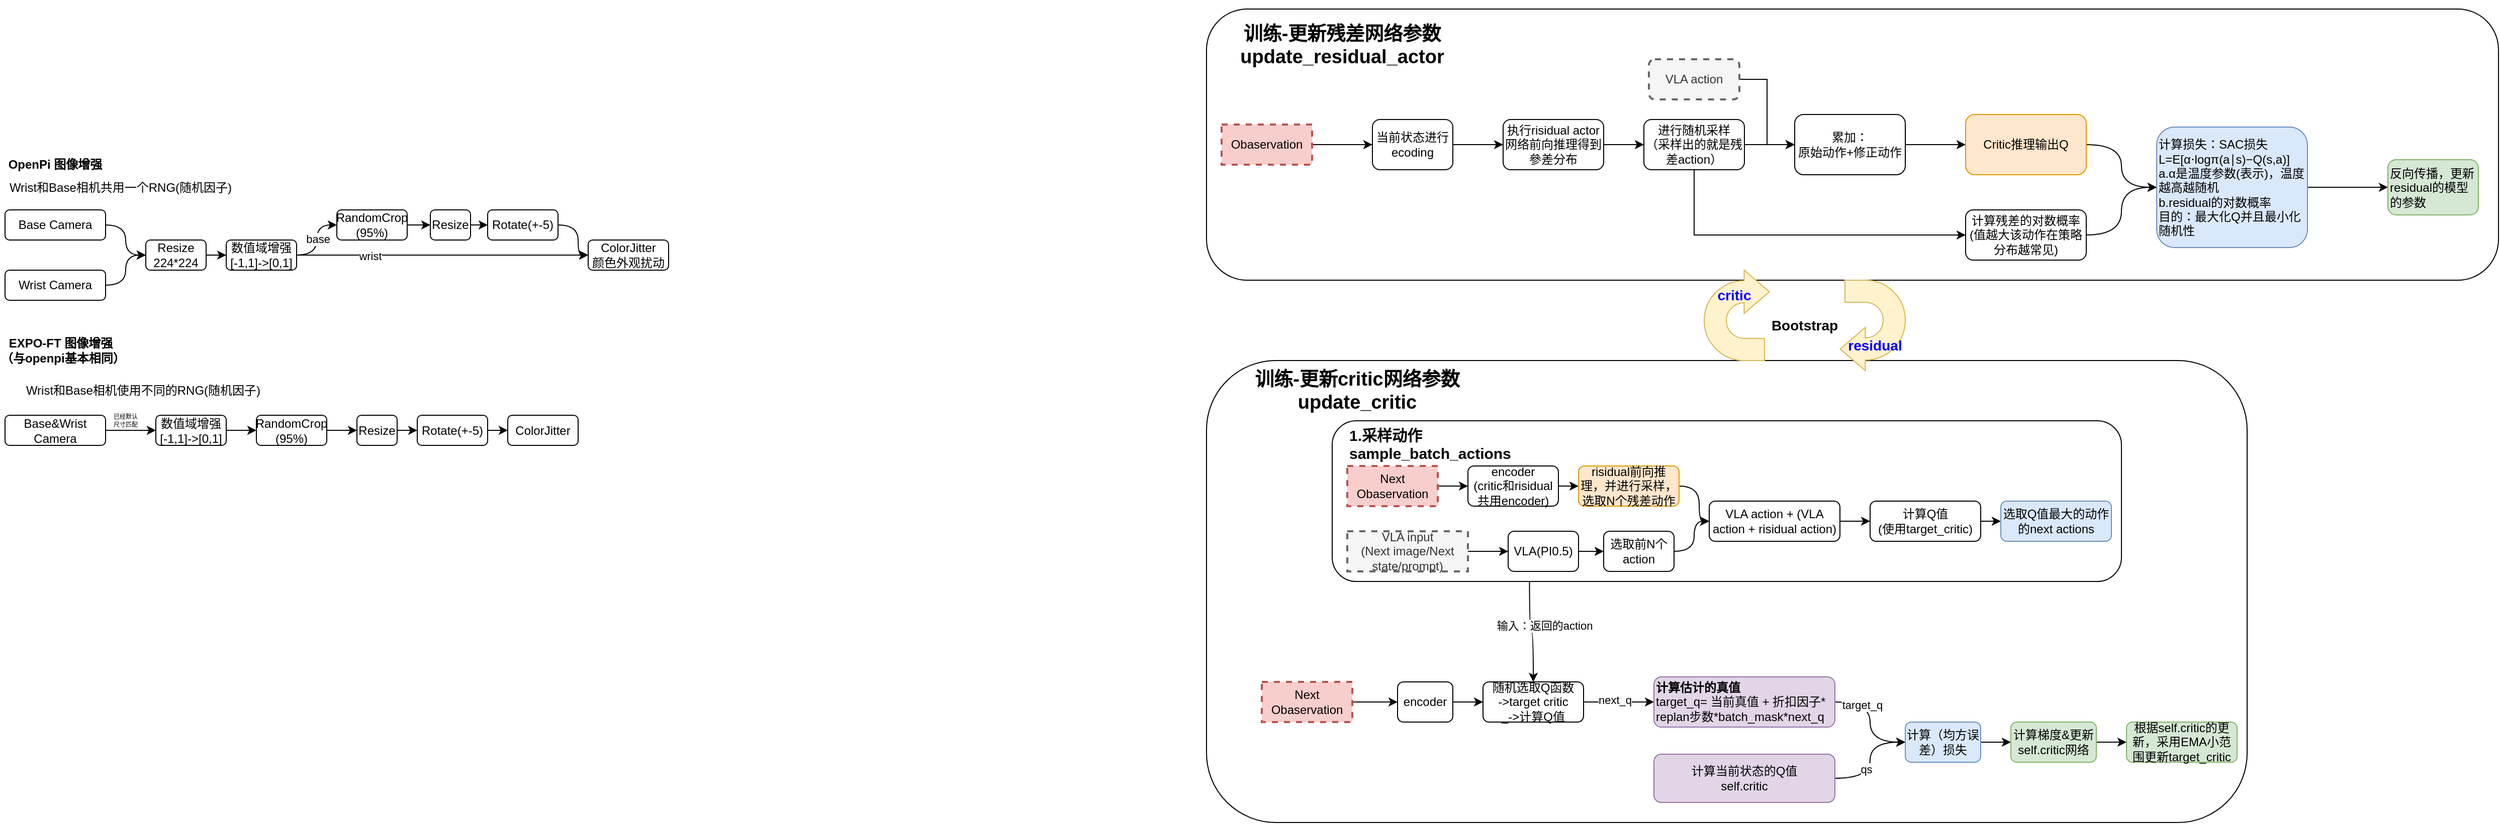
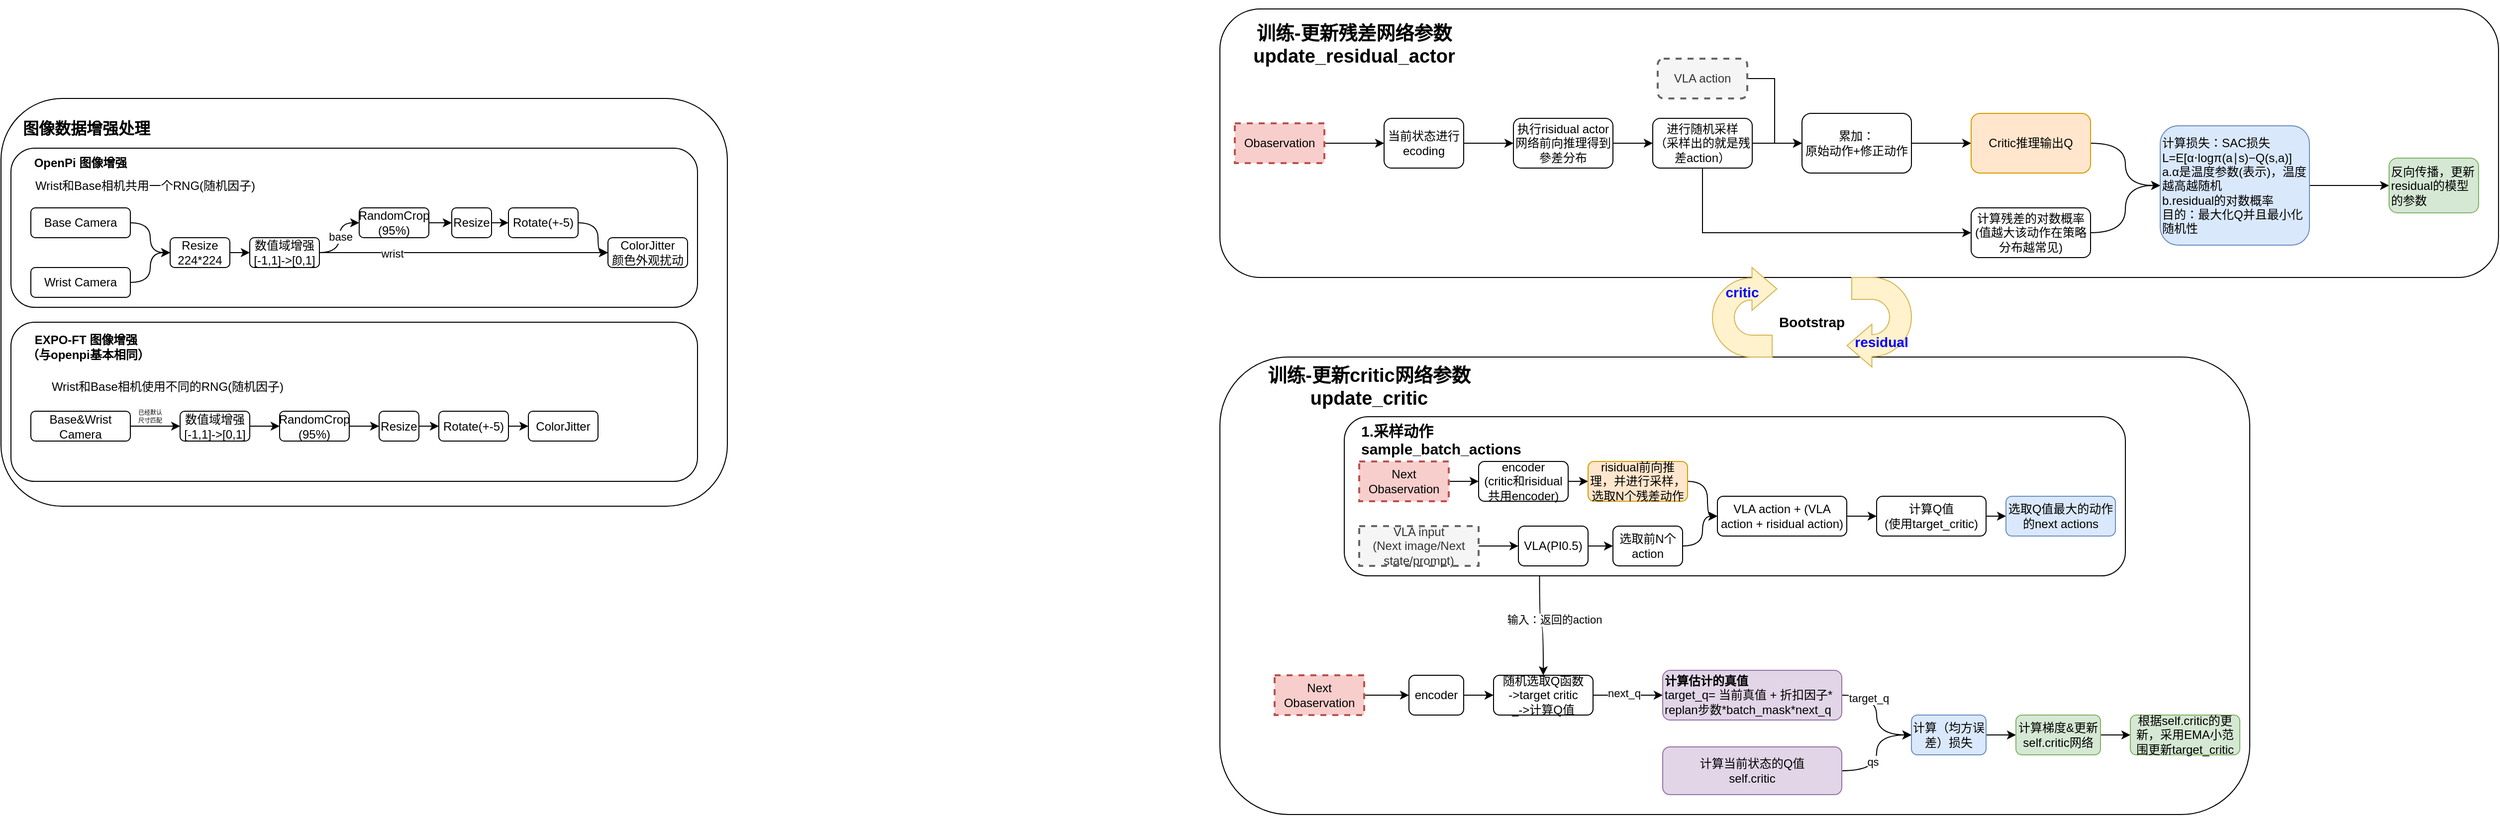
<mxfile host="app.diagrams.net">
  <diagram name="第 1 页" id="Xl2nalXjscSPXPMrPieM">
-     <mxGraphModel dx="1893" dy="680" grid="1" gridSize="10" guides="1" tooltips="1" connect="1" arrows="1" fold="1" page="1" pageScale="1" pageWidth="827" pageHeight="1169" math="0" shadow="0">
+     <mxGraphModel dx="2474" dy="2330" grid="1" gridSize="10" guides="1" tooltips="1" connect="1" arrows="1" fold="1" page="1" pageScale="1" pageWidth="827" pageHeight="1169" math="0" shadow="0">
      <root>
        <mxCell id="0" />
        <mxCell id="1" parent="0" />
+         <mxCell id="5m5IZYSdE89hOnIhnB_D-129" parent="1" style="rounded=1;whiteSpace=wrap;html=1;" value="" vertex="1">
+           <mxGeometry height="410" width="730" x="-1280" y="280" as="geometry" />
+         </mxCell>
+         <mxCell id="5m5IZYSdE89hOnIhnB_D-126" parent="1" style="rounded=1;whiteSpace=wrap;html=1;fillColor=none;" value="" vertex="1">
+           <mxGeometry height="160" width="690" x="-1270" y="330" as="geometry" />
+         </mxCell>
        <mxCell id="5m5IZYSdE89hOnIhnB_D-75" parent="1" style="rounded=1;whiteSpace=wrap;html=1;" value="" vertex="1">
          <mxGeometry height="460" width="1035" x="-55" y="540" as="geometry" />
        </mxCell>
        <mxCell id="5m5IZYSdE89hOnIhnB_D-59" edge="1" parent="1" source="5m5IZYSdE89hOnIhnB_D-50" style="edgeStyle=orthogonalEdgeStyle;curved=1;rounded=0;orthogonalLoop=1;jettySize=auto;html=1;exitX=0.25;exitY=1;exitDx=0;exitDy=0;entryX=0.5;entryY=0;entryDx=0;entryDy=0;" target="5m5IZYSdE89hOnIhnB_D-56">
          <mxGeometry relative="1" as="geometry" />
        </mxCell>
        <mxCell id="5m5IZYSdE89hOnIhnB_D-60" connectable="0" parent="5m5IZYSdE89hOnIhnB_D-59" style="edgeLabel;html=1;align=center;verticalAlign=middle;resizable=0;points=[];" value="输入：返回的action" vertex="1">
          <mxGeometry relative="1" x="-0.1644" y="4" as="geometry">
            <mxPoint x="10" as="offset" />
          </mxGeometry>
        </mxCell>
        <mxCell id="5m5IZYSdE89hOnIhnB_D-22" parent="1" style="rounded=1;whiteSpace=wrap;html=1;" value="" vertex="1">
          <mxGeometry height="270" width="1285" x="-55" y="190" as="geometry" />
        </mxCell>
        <mxCell id="5m5IZYSdE89hOnIhnB_D-3" edge="1" parent="1" source="5m5IZYSdE89hOnIhnB_D-1" style="edgeStyle=orthogonalEdgeStyle;rounded=0;orthogonalLoop=1;jettySize=auto;html=1;" target="5m5IZYSdE89hOnIhnB_D-2" value="">
          <mxGeometry relative="1" as="geometry" />
        </mxCell>
        <mxCell id="5m5IZYSdE89hOnIhnB_D-1" parent="1" style="rounded=1;whiteSpace=wrap;html=1;" value="当前状态进行ecoding" vertex="1">
          <mxGeometry height="50" width="80" x="110" y="300" as="geometry" />
        </mxCell>
        <mxCell id="5m5IZYSdE89hOnIhnB_D-5" edge="1" parent="1" source="5m5IZYSdE89hOnIhnB_D-2" style="edgeStyle=orthogonalEdgeStyle;rounded=0;orthogonalLoop=1;jettySize=auto;html=1;" target="5m5IZYSdE89hOnIhnB_D-4" value="">
          <mxGeometry relative="1" as="geometry" />
        </mxCell>
        <mxCell id="5m5IZYSdE89hOnIhnB_D-2" parent="1" style="rounded=1;whiteSpace=wrap;html=1;" value="执行risidual actor网络前向推理得到參差分布" vertex="1">
          <mxGeometry height="50" width="100" x="240" y="300" as="geometry" />
        </mxCell>
        <mxCell id="5m5IZYSdE89hOnIhnB_D-7" edge="1" parent="1" source="5m5IZYSdE89hOnIhnB_D-4" style="edgeStyle=orthogonalEdgeStyle;rounded=0;orthogonalLoop=1;jettySize=auto;html=1;exitX=0.5;exitY=1;exitDx=0;exitDy=0;entryX=0;entryY=0.5;entryDx=0;entryDy=0;" target="5m5IZYSdE89hOnIhnB_D-6" value="">
          <mxGeometry relative="1" as="geometry" />
        </mxCell>
        <mxCell id="5m5IZYSdE89hOnIhnB_D-14" edge="1" parent="1" source="5m5IZYSdE89hOnIhnB_D-4" style="edgeStyle=orthogonalEdgeStyle;rounded=0;orthogonalLoop=1;jettySize=auto;html=1;exitX=1;exitY=0.5;exitDx=0;exitDy=0;entryX=0;entryY=0.5;entryDx=0;entryDy=0;" target="5m5IZYSdE89hOnIhnB_D-12">
          <mxGeometry relative="1" as="geometry" />
        </mxCell>
        <mxCell id="5m5IZYSdE89hOnIhnB_D-4" parent="1" style="rounded=1;whiteSpace=wrap;html=1;" value="进行随机采样&lt;br&gt;（采样出的就是残差action）" vertex="1">
          <mxGeometry height="50" width="100" x="380" y="300" as="geometry" />
        </mxCell>
        <mxCell id="5m5IZYSdE89hOnIhnB_D-19" edge="1" parent="1" source="5m5IZYSdE89hOnIhnB_D-6" style="edgeStyle=orthogonalEdgeStyle;rounded=0;orthogonalLoop=1;jettySize=auto;html=1;exitX=1;exitY=0.5;exitDx=0;exitDy=0;entryX=0;entryY=0.5;entryDx=0;entryDy=0;curved=1;" target="5m5IZYSdE89hOnIhnB_D-17">
          <mxGeometry relative="1" as="geometry" />
        </mxCell>
        <mxCell id="5m5IZYSdE89hOnIhnB_D-6" parent="1" style="rounded=1;whiteSpace=wrap;html=1;" value="计算残差的对数概率&lt;br&gt;(值越大该动作在策略分布越常见)" vertex="1">
          <mxGeometry height="50" width="120" x="700" y="390" as="geometry" />
        </mxCell>
        <mxCell id="5m5IZYSdE89hOnIhnB_D-9" edge="1" parent="1" source="5m5IZYSdE89hOnIhnB_D-8" style="edgeStyle=orthogonalEdgeStyle;rounded=0;orthogonalLoop=1;jettySize=auto;html=1;exitX=1;exitY=0.5;exitDx=0;exitDy=0;entryX=0;entryY=0.5;entryDx=0;entryDy=0;" target="5m5IZYSdE89hOnIhnB_D-1">
          <mxGeometry relative="1" as="geometry" />
        </mxCell>
        <mxCell id="5m5IZYSdE89hOnIhnB_D-8" parent="1" style="rounded=0;whiteSpace=wrap;html=1;fillColor=#f8cecc;strokeColor=#b85450;dashed=1;strokeWidth=2;" value="Obaservation" vertex="1">
          <mxGeometry height="40" width="90" x="-40" y="305" as="geometry" />
        </mxCell>
        <mxCell id="5m5IZYSdE89hOnIhnB_D-13" edge="1" parent="1" source="5m5IZYSdE89hOnIhnB_D-10" style="edgeStyle=orthogonalEdgeStyle;rounded=0;orthogonalLoop=1;jettySize=auto;html=1;exitX=1;exitY=0.5;exitDx=0;exitDy=0;entryX=0;entryY=0.5;entryDx=0;entryDy=0;" target="5m5IZYSdE89hOnIhnB_D-12">
          <mxGeometry relative="1" as="geometry" />
        </mxCell>
        <mxCell id="5m5IZYSdE89hOnIhnB_D-10" parent="1" style="rounded=1;whiteSpace=wrap;html=1;fillColor=#f5f5f5;fontColor=#333333;strokeColor=#666666;dashed=1;strokeWidth=2;" value="VLA action" vertex="1">
          <mxGeometry height="40" width="90" x="385" y="240" as="geometry" />
        </mxCell>
        <mxCell id="5m5IZYSdE89hOnIhnB_D-16" edge="1" parent="1" source="5m5IZYSdE89hOnIhnB_D-12" style="edgeStyle=orthogonalEdgeStyle;rounded=0;orthogonalLoop=1;jettySize=auto;html=1;exitX=1;exitY=0.5;exitDx=0;exitDy=0;entryX=0;entryY=0.5;entryDx=0;entryDy=0;" target="5m5IZYSdE89hOnIhnB_D-15">
          <mxGeometry relative="1" as="geometry" />
        </mxCell>
        <mxCell id="5m5IZYSdE89hOnIhnB_D-12" parent="1" style="rounded=1;whiteSpace=wrap;html=1;" value="累加：&lt;br&gt;原始动作+修正动作" vertex="1">
          <mxGeometry height="60" width="110" x="530" y="295" as="geometry" />
        </mxCell>
        <mxCell id="5m5IZYSdE89hOnIhnB_D-18" edge="1" parent="1" source="5m5IZYSdE89hOnIhnB_D-15" style="edgeStyle=orthogonalEdgeStyle;rounded=0;orthogonalLoop=1;jettySize=auto;html=1;exitX=1;exitY=0.5;exitDx=0;exitDy=0;entryX=0;entryY=0.5;entryDx=0;entryDy=0;curved=1;" target="5m5IZYSdE89hOnIhnB_D-17">
          <mxGeometry relative="1" as="geometry" />
        </mxCell>
        <mxCell id="5m5IZYSdE89hOnIhnB_D-15" parent="1" style="rounded=1;whiteSpace=wrap;html=1;fillColor=#ffe6cc;strokeColor=#d79b00;" value="Critic推理输出Q" vertex="1">
          <mxGeometry height="60" width="120" x="700" y="295" as="geometry" />
        </mxCell>
        <mxCell id="5m5IZYSdE89hOnIhnB_D-21" edge="1" parent="1" source="5m5IZYSdE89hOnIhnB_D-17" style="edgeStyle=orthogonalEdgeStyle;curved=1;rounded=0;orthogonalLoop=1;jettySize=auto;html=1;" target="5m5IZYSdE89hOnIhnB_D-20" value="">
          <mxGeometry relative="1" as="geometry" />
        </mxCell>
        <mxCell id="5m5IZYSdE89hOnIhnB_D-17" parent="1" style="rounded=1;whiteSpace=wrap;html=1;align=left;fillColor=#dae8fc;strokeColor=#6c8ebf;" value="计算损失：SAC损失&lt;br&gt;L=E[α⋅logπ(a∣s)−Q(s,a)]&lt;div&gt;a.α是温度参数(表示)，温度越高越随机&lt;br&gt;b.residual的对数概率&lt;br&gt;目的：最大化Q并且最小化随机性&lt;/div&gt;" vertex="1">
          <mxGeometry height="120" width="150" x="890" y="307.5" as="geometry" />
        </mxCell>
        <mxCell id="5m5IZYSdE89hOnIhnB_D-20" parent="1" style="rounded=1;whiteSpace=wrap;html=1;align=left;fillColor=#d5e8d4;strokeColor=#82b366;" value="反向传播，更新residual的模型的参数" vertex="1">
          <mxGeometry height="55" width="90" x="1120" y="340" as="geometry" />
        </mxCell>
        <mxCell id="5m5IZYSdE89hOnIhnB_D-23" parent="1" style="text;html=1;whiteSpace=wrap;strokeColor=none;fillColor=none;align=center;verticalAlign=middle;rounded=0;fontStyle=1;fontSize=19;" value="&lt;br&gt;训练-更新残差网络参数update_residual_actor" vertex="1">
          <mxGeometry height="30" width="220" x="-30" y="200" as="geometry" />
        </mxCell>
        <mxCell id="5m5IZYSdE89hOnIhnB_D-55" edge="1" parent="1" source="5m5IZYSdE89hOnIhnB_D-53" style="edgeStyle=orthogonalEdgeStyle;curved=1;rounded=0;orthogonalLoop=1;jettySize=auto;html=1;exitX=1;exitY=0.5;exitDx=0;exitDy=0;entryX=0;entryY=0.5;entryDx=0;entryDy=0;" target="5m5IZYSdE89hOnIhnB_D-54">
          <mxGeometry relative="1" as="geometry" />
        </mxCell>
        <mxCell id="5m5IZYSdE89hOnIhnB_D-53" parent="1" style="rounded=0;whiteSpace=wrap;html=1;fillColor=#f8cecc;strokeColor=#b85450;dashed=1;strokeWidth=2;" value="Next&lt;br&gt;Obaservation" vertex="1">
          <mxGeometry height="40" width="90" y="860" as="geometry" />
        </mxCell>
        <mxCell id="5m5IZYSdE89hOnIhnB_D-57" edge="1" parent="1" source="5m5IZYSdE89hOnIhnB_D-54" style="edgeStyle=orthogonalEdgeStyle;curved=1;rounded=0;orthogonalLoop=1;jettySize=auto;html=1;" target="5m5IZYSdE89hOnIhnB_D-56" value="">
          <mxGeometry relative="1" as="geometry" />
        </mxCell>
        <mxCell id="5m5IZYSdE89hOnIhnB_D-54" parent="1" style="rounded=1;whiteSpace=wrap;html=1;strokeWidth=1;" value="encoder" vertex="1">
          <mxGeometry height="40" width="55" x="135" y="860" as="geometry" />
        </mxCell>
        <mxCell id="5m5IZYSdE89hOnIhnB_D-64" edge="1" parent="1" source="5m5IZYSdE89hOnIhnB_D-56" style="edgeStyle=orthogonalEdgeStyle;curved=1;rounded=0;orthogonalLoop=1;jettySize=auto;html=1;" target="5m5IZYSdE89hOnIhnB_D-63" value="">
          <mxGeometry relative="1" as="geometry" />
        </mxCell>
        <mxCell id="5m5IZYSdE89hOnIhnB_D-65" connectable="0" parent="5m5IZYSdE89hOnIhnB_D-64" style="edgeLabel;html=1;align=center;verticalAlign=middle;resizable=0;points=[];" value="next_q" vertex="1">
          <mxGeometry relative="1" x="-0.1202" y="2" as="geometry">
            <mxPoint as="offset" />
          </mxGeometry>
        </mxCell>
        <mxCell id="5m5IZYSdE89hOnIhnB_D-56" parent="1" style="rounded=1;whiteSpace=wrap;html=1;strokeWidth=1;" value="随机选取Q函数&lt;br&gt;-&amp;gt;target critic&lt;div&gt;_-&amp;gt;计算Q值&lt;/div&gt;" vertex="1">
          <mxGeometry height="40" width="100" x="220" y="860" as="geometry" />
        </mxCell>
        <mxCell id="5m5IZYSdE89hOnIhnB_D-67" edge="1" parent="1" source="5m5IZYSdE89hOnIhnB_D-63" style="edgeStyle=orthogonalEdgeStyle;curved=1;rounded=0;orthogonalLoop=1;jettySize=auto;html=1;" target="5m5IZYSdE89hOnIhnB_D-66" value="">
          <mxGeometry relative="1" as="geometry" />
        </mxCell>
        <mxCell id="5m5IZYSdE89hOnIhnB_D-70" connectable="0" parent="5m5IZYSdE89hOnIhnB_D-67" style="edgeLabel;html=1;align=center;verticalAlign=middle;resizable=0;points=[];" value="target_q" vertex="1">
          <mxGeometry relative="1" x="-0.5152" y="-3" as="geometry">
            <mxPoint as="offset" />
          </mxGeometry>
        </mxCell>
        <mxCell id="5m5IZYSdE89hOnIhnB_D-63" parent="1" style="rounded=1;whiteSpace=wrap;html=1;strokeWidth=1;align=left;fillColor=#e1d5e7;strokeColor=#9673a6;" value="&lt;b&gt;计算估计的真值&lt;/b&gt;&lt;br&gt;target_q= 当前真值 + 折扣因子* replan步数*batch_mask*next_q" vertex="1">
          <mxGeometry height="50" width="180" x="390" y="855" as="geometry" />
        </mxCell>
        <mxCell id="5m5IZYSdE89hOnIhnB_D-74" edge="1" parent="1" source="5m5IZYSdE89hOnIhnB_D-66" style="edgeStyle=orthogonalEdgeStyle;curved=1;rounded=0;orthogonalLoop=1;jettySize=auto;html=1;" target="5m5IZYSdE89hOnIhnB_D-73" value="">
          <mxGeometry relative="1" as="geometry" />
        </mxCell>
        <mxCell id="5m5IZYSdE89hOnIhnB_D-66" parent="1" style="whiteSpace=wrap;html=1;align=center;rounded=1;strokeWidth=1;fillColor=#dae8fc;strokeColor=#6c8ebf;" value="计算（均方误差）损失" vertex="1">
          <mxGeometry height="40" width="75" x="640" y="900" as="geometry" />
        </mxCell>
        <mxCell id="5m5IZYSdE89hOnIhnB_D-69" edge="1" parent="1" source="5m5IZYSdE89hOnIhnB_D-68" style="edgeStyle=orthogonalEdgeStyle;curved=1;rounded=0;orthogonalLoop=1;jettySize=auto;html=1;exitX=1;exitY=0.5;exitDx=0;exitDy=0;entryX=0;entryY=0.5;entryDx=0;entryDy=0;" target="5m5IZYSdE89hOnIhnB_D-66">
          <mxGeometry relative="1" as="geometry" />
        </mxCell>
        <mxCell id="5m5IZYSdE89hOnIhnB_D-72" connectable="0" parent="5m5IZYSdE89hOnIhnB_D-69" style="edgeLabel;html=1;align=center;verticalAlign=middle;resizable=0;points=[];" value="qs" vertex="1">
          <mxGeometry relative="1" x="-0.1592" y="4" as="geometry">
            <mxPoint as="offset" />
          </mxGeometry>
        </mxCell>
        <mxCell id="5m5IZYSdE89hOnIhnB_D-68" parent="1" style="rounded=1;whiteSpace=wrap;html=1;strokeWidth=1;fillColor=#e1d5e7;strokeColor=#9673a6;" value="计算当前状态的Q值&lt;br&gt;self.critic" vertex="1">
          <mxGeometry height="48" width="180" x="390" y="932" as="geometry" />
        </mxCell>
        <mxCell id="5m5IZYSdE89hOnIhnB_D-78" edge="1" parent="1" source="5m5IZYSdE89hOnIhnB_D-73" style="edgeStyle=orthogonalEdgeStyle;curved=1;rounded=0;orthogonalLoop=1;jettySize=auto;html=1;" target="5m5IZYSdE89hOnIhnB_D-77" value="">
          <mxGeometry relative="1" as="geometry" />
        </mxCell>
        <mxCell id="5m5IZYSdE89hOnIhnB_D-73" parent="1" style="whiteSpace=wrap;html=1;align=center;rounded=1;strokeWidth=1;fillColor=#d5e8d4;strokeColor=#82b366;" value="计算梯度&amp;amp;更新self.critic网络" vertex="1">
          <mxGeometry height="40" width="85" x="745" y="900" as="geometry" />
        </mxCell>
        <mxCell id="5m5IZYSdE89hOnIhnB_D-76" parent="1" style="text;html=1;whiteSpace=wrap;strokeColor=none;fillColor=none;align=center;verticalAlign=middle;rounded=0;fontStyle=1;fontSize=19;" value="训练-更新critic网络参数&lt;br&gt;update_critic" vertex="1">
          <mxGeometry height="40" width="220" x="-15" y="550" as="geometry" />
        </mxCell>
        <mxCell id="5m5IZYSdE89hOnIhnB_D-77" parent="1" style="whiteSpace=wrap;html=1;align=center;rounded=1;strokeWidth=1;fillColor=#d5e8d4;strokeColor=#82b366;" value="根据self.critic的更新，采用EMA小范围更新target_critic" vertex="1">
          <mxGeometry height="40" width="110" x="860" y="900" as="geometry" />
        </mxCell>
        <mxCell id="5m5IZYSdE89hOnIhnB_D-79" connectable="0" parent="1" style="group" value="" vertex="1">
          <mxGeometry height="160" width="785" x="70" y="600" as="geometry" />
        </mxCell>
        <mxCell id="5m5IZYSdE89hOnIhnB_D-50" parent="5m5IZYSdE89hOnIhnB_D-79" style="rounded=1;whiteSpace=wrap;html=1;" value="" vertex="1">
          <mxGeometry height="160" width="785" as="geometry" />
        </mxCell>
        <mxCell id="5m5IZYSdE89hOnIhnB_D-39" edge="1" parent="5m5IZYSdE89hOnIhnB_D-79" source="5m5IZYSdE89hOnIhnB_D-32" style="edgeStyle=orthogonalEdgeStyle;curved=1;rounded=0;orthogonalLoop=1;jettySize=auto;html=1;exitX=1;exitY=0.5;exitDx=0;exitDy=0;entryX=0;entryY=0.5;entryDx=0;entryDy=0;" target="5m5IZYSdE89hOnIhnB_D-38">
          <mxGeometry relative="1" as="geometry" />
        </mxCell>
        <mxCell id="5m5IZYSdE89hOnIhnB_D-32" parent="5m5IZYSdE89hOnIhnB_D-79" style="rounded=0;whiteSpace=wrap;html=1;fillColor=#f8cecc;strokeColor=#b85450;dashed=1;strokeWidth=2;" value="Next&lt;br&gt;Obaservation" vertex="1">
          <mxGeometry height="40" width="90" x="15" y="45" as="geometry" />
        </mxCell>
        <mxCell id="5m5IZYSdE89hOnIhnB_D-35" edge="1" parent="5m5IZYSdE89hOnIhnB_D-79" source="5m5IZYSdE89hOnIhnB_D-33" style="edgeStyle=orthogonalEdgeStyle;curved=1;rounded=0;orthogonalLoop=1;jettySize=auto;html=1;" target="5m5IZYSdE89hOnIhnB_D-34" value="">
          <mxGeometry relative="1" as="geometry" />
        </mxCell>
        <mxCell id="5m5IZYSdE89hOnIhnB_D-33" parent="5m5IZYSdE89hOnIhnB_D-79" style="rounded=0;whiteSpace=wrap;html=1;fillColor=#f5f5f5;fontColor=#333333;strokeColor=#666666;dashed=1;strokeWidth=2;" value="VLA input&lt;br&gt;(Next image/Next state/prompt)" vertex="1">
          <mxGeometry height="40" width="120" x="15" y="110" as="geometry" />
        </mxCell>
        <mxCell id="5m5IZYSdE89hOnIhnB_D-37" edge="1" parent="5m5IZYSdE89hOnIhnB_D-79" source="5m5IZYSdE89hOnIhnB_D-34" style="edgeStyle=orthogonalEdgeStyle;curved=1;rounded=0;orthogonalLoop=1;jettySize=auto;html=1;" target="5m5IZYSdE89hOnIhnB_D-36" value="">
          <mxGeometry relative="1" as="geometry" />
        </mxCell>
        <mxCell id="5m5IZYSdE89hOnIhnB_D-34" parent="5m5IZYSdE89hOnIhnB_D-79" style="rounded=1;whiteSpace=wrap;html=1;strokeWidth=1;" value="VLA(PI0.5)" vertex="1">
          <mxGeometry height="40" width="70" x="175" y="110" as="geometry" />
        </mxCell>
        <mxCell id="5m5IZYSdE89hOnIhnB_D-44" edge="1" parent="5m5IZYSdE89hOnIhnB_D-79" source="5m5IZYSdE89hOnIhnB_D-36" style="edgeStyle=orthogonalEdgeStyle;curved=1;rounded=0;orthogonalLoop=1;jettySize=auto;html=1;exitX=1;exitY=0.5;exitDx=0;exitDy=0;entryX=0;entryY=0.5;entryDx=0;entryDy=0;" target="5m5IZYSdE89hOnIhnB_D-43">
          <mxGeometry relative="1" as="geometry" />
        </mxCell>
        <mxCell id="5m5IZYSdE89hOnIhnB_D-36" parent="5m5IZYSdE89hOnIhnB_D-79" style="rounded=1;whiteSpace=wrap;html=1;strokeWidth=1;" value="选取前N个action" vertex="1">
          <mxGeometry height="40" width="70" x="270" y="110" as="geometry" />
        </mxCell>
        <mxCell id="5m5IZYSdE89hOnIhnB_D-41" edge="1" parent="5m5IZYSdE89hOnIhnB_D-79" source="5m5IZYSdE89hOnIhnB_D-38" style="edgeStyle=orthogonalEdgeStyle;curved=1;rounded=0;orthogonalLoop=1;jettySize=auto;html=1;" target="5m5IZYSdE89hOnIhnB_D-40" value="">
          <mxGeometry relative="1" as="geometry" />
        </mxCell>
        <mxCell id="5m5IZYSdE89hOnIhnB_D-38" parent="5m5IZYSdE89hOnIhnB_D-79" style="rounded=1;whiteSpace=wrap;html=1;strokeWidth=1;" value="encoder&lt;div&gt;(critic和risidual共用encoder)&lt;/div&gt;" vertex="1">
          <mxGeometry height="40" width="90" x="135" y="45" as="geometry" />
        </mxCell>
        <mxCell id="5m5IZYSdE89hOnIhnB_D-45" edge="1" parent="5m5IZYSdE89hOnIhnB_D-79" source="5m5IZYSdE89hOnIhnB_D-40" style="edgeStyle=orthogonalEdgeStyle;curved=1;rounded=0;orthogonalLoop=1;jettySize=auto;html=1;exitX=1;exitY=0.5;exitDx=0;exitDy=0;entryX=0;entryY=0.5;entryDx=0;entryDy=0;" target="5m5IZYSdE89hOnIhnB_D-43">
          <mxGeometry relative="1" as="geometry" />
        </mxCell>
        <mxCell id="5m5IZYSdE89hOnIhnB_D-40" parent="5m5IZYSdE89hOnIhnB_D-79" style="rounded=1;whiteSpace=wrap;html=1;strokeWidth=1;fillColor=#ffe6cc;strokeColor=#d79b00;" value="risidual前向推理，并进行采样，选取N个残差动作" vertex="1">
          <mxGeometry height="40" width="100" x="245" y="45" as="geometry" />
        </mxCell>
        <mxCell id="5m5IZYSdE89hOnIhnB_D-47" edge="1" parent="5m5IZYSdE89hOnIhnB_D-79" source="5m5IZYSdE89hOnIhnB_D-43" style="edgeStyle=orthogonalEdgeStyle;curved=1;rounded=0;orthogonalLoop=1;jettySize=auto;html=1;exitX=1;exitY=0.5;exitDx=0;exitDy=0;entryX=0;entryY=0.5;entryDx=0;entryDy=0;" target="5m5IZYSdE89hOnIhnB_D-46">
          <mxGeometry relative="1" as="geometry" />
        </mxCell>
        <mxCell id="5m5IZYSdE89hOnIhnB_D-43" parent="5m5IZYSdE89hOnIhnB_D-79" style="rounded=1;whiteSpace=wrap;html=1;strokeWidth=1;" value="VLA action + (VLA action + risidual action)" vertex="1">
          <mxGeometry height="40" width="130" x="375" y="80" as="geometry" />
        </mxCell>
        <mxCell id="5m5IZYSdE89hOnIhnB_D-49" edge="1" parent="5m5IZYSdE89hOnIhnB_D-79" source="5m5IZYSdE89hOnIhnB_D-46" style="edgeStyle=orthogonalEdgeStyle;curved=1;rounded=0;orthogonalLoop=1;jettySize=auto;html=1;" target="5m5IZYSdE89hOnIhnB_D-48" value="">
          <mxGeometry relative="1" as="geometry" />
        </mxCell>
        <mxCell id="5m5IZYSdE89hOnIhnB_D-46" parent="5m5IZYSdE89hOnIhnB_D-79" style="rounded=1;whiteSpace=wrap;html=1;strokeWidth=1;" value="计算Q值&lt;br&gt;(使用target_critic)" vertex="1">
          <mxGeometry height="40" width="110" x="535" y="80" as="geometry" />
        </mxCell>
        <mxCell id="5m5IZYSdE89hOnIhnB_D-48" parent="5m5IZYSdE89hOnIhnB_D-79" style="rounded=1;whiteSpace=wrap;html=1;strokeWidth=1;fillColor=#dae8fc;strokeColor=#6c8ebf;" value="选取Q值最大的动作&lt;br&gt;的next actions" vertex="1">
          <mxGeometry height="40" width="110" x="665" y="80" as="geometry" />
        </mxCell>
        <mxCell id="5m5IZYSdE89hOnIhnB_D-51" parent="5m5IZYSdE89hOnIhnB_D-79" style="text;html=1;whiteSpace=wrap;strokeColor=none;fillColor=none;align=left;verticalAlign=middle;rounded=0;fontStyle=1;fontSize=15;" value="1.采样动作&lt;br&gt;sample_batch_actions" vertex="1">
          <mxGeometry height="30" width="220" x="15" y="8" as="geometry" />
        </mxCell>
        <mxCell id="5m5IZYSdE89hOnIhnB_D-82" parent="1" style="html=1;shadow=0;dashed=0;align=center;verticalAlign=middle;shape=mxgraph.arrows2.uTurnArrow;dy=11;arrowHead=43;dx2=25;fillColor=#fff2cc;strokeColor=#d6b656;" value="" vertex="1">
          <mxGeometry height="90" width="60" x="440" y="450" as="geometry" />
        </mxCell>
        <mxCell id="5m5IZYSdE89hOnIhnB_D-83" parent="1" style="html=1;shadow=0;dashed=0;align=center;verticalAlign=middle;shape=mxgraph.arrows2.uTurnArrow;dy=11;arrowHead=43;dx2=25;rotation=-180;fillColor=#fff2cc;strokeColor=#d6b656;" value="&amp;nbsp; " vertex="1">
          <mxGeometry height="90" width="60" x="580" y="460" as="geometry" />
        </mxCell>
        <mxCell id="5m5IZYSdE89hOnIhnB_D-84" parent="1" style="text;html=1;whiteSpace=wrap;strokeColor=none;fillColor=none;align=center;verticalAlign=middle;rounded=0;fontStyle=1;fontSize=14;" value="Bootstrap" vertex="1">
          <mxGeometry height="30" width="60" x="510" y="490" as="geometry" />
        </mxCell>
        <mxCell id="5m5IZYSdE89hOnIhnB_D-85" parent="1" style="text;html=1;whiteSpace=wrap;strokeColor=none;fillColor=none;align=center;verticalAlign=middle;rounded=0;fontStyle=1;fontColor=#0000FF;fontSize=14;" value="critic" vertex="1">
          <mxGeometry height="30" width="60" x="440" y="460" as="geometry" />
        </mxCell>
        <mxCell id="5m5IZYSdE89hOnIhnB_D-86" parent="1" style="text;html=1;whiteSpace=wrap;strokeColor=none;fillColor=none;align=center;verticalAlign=middle;rounded=0;fontStyle=1;fontColor=#0000FF;fontSize=14;" value="residual" vertex="1">
          <mxGeometry height="30" width="60" x="580" y="510" as="geometry" />
        </mxCell>
        <mxCell id="5m5IZYSdE89hOnIhnB_D-99" edge="1" parent="1" source="5m5IZYSdE89hOnIhnB_D-87" style="edgeStyle=orthogonalEdgeStyle;curved=1;rounded=0;orthogonalLoop=1;jettySize=auto;html=1;exitX=1;exitY=0.5;exitDx=0;exitDy=0;entryX=0;entryY=0.5;entryDx=0;entryDy=0;" target="5m5IZYSdE89hOnIhnB_D-89">
          <mxGeometry relative="1" as="geometry" />
        </mxCell>
        <mxCell id="5m5IZYSdE89hOnIhnB_D-87" parent="1" style="rounded=1;whiteSpace=wrap;html=1;" value="Base Camera" vertex="1">
          <mxGeometry height="30" width="100" x="-1250" y="390" as="geometry" />
        </mxCell>
        <mxCell id="5m5IZYSdE89hOnIhnB_D-98" edge="1" parent="1" source="5m5IZYSdE89hOnIhnB_D-88" style="edgeStyle=orthogonalEdgeStyle;curved=1;rounded=0;orthogonalLoop=1;jettySize=auto;html=1;exitX=1;exitY=0.5;exitDx=0;exitDy=0;entryX=0;entryY=0.5;entryDx=0;entryDy=0;" target="5m5IZYSdE89hOnIhnB_D-89">
          <mxGeometry relative="1" as="geometry" />
        </mxCell>
        <mxCell id="5m5IZYSdE89hOnIhnB_D-88" parent="1" style="rounded=1;whiteSpace=wrap;html=1;" value="Wrist Camera" vertex="1">
          <mxGeometry height="30" width="100" x="-1250" y="450" as="geometry" />
        </mxCell>
        <mxCell id="5m5IZYSdE89hOnIhnB_D-108" edge="1" parent="1" source="5m5IZYSdE89hOnIhnB_D-89" style="edgeStyle=orthogonalEdgeStyle;curved=1;rounded=0;orthogonalLoop=1;jettySize=auto;html=1;" target="5m5IZYSdE89hOnIhnB_D-107" value="">
          <mxGeometry relative="1" as="geometry" />
        </mxCell>
        <mxCell id="5m5IZYSdE89hOnIhnB_D-89" parent="1" style="rounded=1;whiteSpace=wrap;html=1;" value="Resize&lt;div&gt;224*224&lt;/div&gt;" vertex="1">
          <mxGeometry height="30" width="60" x="-1110" y="420" as="geometry" />
        </mxCell>
        <mxCell id="5m5IZYSdE89hOnIhnB_D-92" edge="1" parent="1" source="5m5IZYSdE89hOnIhnB_D-90" style="edgeStyle=orthogonalEdgeStyle;curved=1;rounded=0;orthogonalLoop=1;jettySize=auto;html=1;" target="5m5IZYSdE89hOnIhnB_D-91" value="">
          <mxGeometry relative="1" as="geometry" />
        </mxCell>
        <mxCell id="5m5IZYSdE89hOnIhnB_D-90" parent="1" style="rounded=1;whiteSpace=wrap;html=1;" value="RandomCrop&lt;br&gt;(95%)" vertex="1">
          <mxGeometry height="30" width="70" x="-920" y="390" as="geometry" />
        </mxCell>
        <mxCell id="5m5IZYSdE89hOnIhnB_D-94" edge="1" parent="1" source="5m5IZYSdE89hOnIhnB_D-91" style="edgeStyle=orthogonalEdgeStyle;curved=1;rounded=0;orthogonalLoop=1;jettySize=auto;html=1;" target="5m5IZYSdE89hOnIhnB_D-93" value="">
          <mxGeometry relative="1" as="geometry" />
        </mxCell>
        <mxCell id="5m5IZYSdE89hOnIhnB_D-91" parent="1" style="rounded=1;whiteSpace=wrap;html=1;" value="Resize" vertex="1">
          <mxGeometry height="30" width="40" x="-827" y="390" as="geometry" />
        </mxCell>
        <mxCell id="5m5IZYSdE89hOnIhnB_D-96" edge="1" parent="1" source="5m5IZYSdE89hOnIhnB_D-93" style="edgeStyle=orthogonalEdgeStyle;curved=1;rounded=0;orthogonalLoop=1;jettySize=auto;html=1;" target="5m5IZYSdE89hOnIhnB_D-95" value="">
          <mxGeometry relative="1" as="geometry" />
        </mxCell>
        <mxCell id="5m5IZYSdE89hOnIhnB_D-93" parent="1" style="rounded=1;whiteSpace=wrap;html=1;" value="Rotate(+-5)" vertex="1">
          <mxGeometry height="30" width="70" x="-770" y="390" as="geometry" />
        </mxCell>
        <mxCell id="5m5IZYSdE89hOnIhnB_D-95" parent="1" style="rounded=1;whiteSpace=wrap;html=1;" value="ColorJitter&lt;br&gt;颜色外观扰动" vertex="1">
          <mxGeometry height="30" width="80" x="-670" y="420" as="geometry" />
        </mxCell>
        <mxCell id="5m5IZYSdE89hOnIhnB_D-103" parent="1" style="text;html=1;whiteSpace=wrap;strokeColor=none;fillColor=none;align=center;verticalAlign=middle;rounded=0;" value="Wrist和Base相机共用一个RNG(随机因子)" vertex="1">
          <mxGeometry height="20" width="230" x="-1250" y="357.5" as="geometry" />
        </mxCell>
        <mxCell id="5m5IZYSdE89hOnIhnB_D-105" parent="1" style="text;html=1;whiteSpace=wrap;strokeColor=none;fillColor=none;align=center;verticalAlign=middle;rounded=0;fontStyle=1" value="OpenPi 图像增强" vertex="1">
          <mxGeometry height="20" width="110" x="-1255" y="335" as="geometry" />
        </mxCell>
        <mxCell id="5m5IZYSdE89hOnIhnB_D-106" parent="1" style="text;html=1;whiteSpace=wrap;strokeColor=none;fillColor=none;align=center;verticalAlign=middle;rounded=0;fontStyle=1" value="EXPO-FT 图像增强&lt;br&gt;（与openpi基本相同）" vertex="1">
          <mxGeometry height="20" width="121" x="-1255" y="520" as="geometry" />
        </mxCell>
        <mxCell id="5m5IZYSdE89hOnIhnB_D-109" edge="1" parent="1" source="5m5IZYSdE89hOnIhnB_D-107" style="edgeStyle=orthogonalEdgeStyle;curved=1;rounded=0;orthogonalLoop=1;jettySize=auto;html=1;exitX=1;exitY=0.5;exitDx=0;exitDy=0;entryX=0;entryY=0.5;entryDx=0;entryDy=0;" target="5m5IZYSdE89hOnIhnB_D-90">
          <mxGeometry relative="1" as="geometry" />
        </mxCell>
        <mxCell id="5m5IZYSdE89hOnIhnB_D-110" connectable="0" parent="5m5IZYSdE89hOnIhnB_D-109" style="edgeLabel;html=1;align=center;verticalAlign=middle;resizable=0;points=[];" value="base" vertex="1">
          <mxGeometry relative="1" x="0.0335" y="-1" as="geometry">
            <mxPoint as="offset" />
          </mxGeometry>
        </mxCell>
        <mxCell id="5m5IZYSdE89hOnIhnB_D-111" edge="1" parent="1" source="5m5IZYSdE89hOnIhnB_D-107" style="edgeStyle=orthogonalEdgeStyle;curved=1;rounded=0;orthogonalLoop=1;jettySize=auto;html=1;exitX=1;exitY=0.5;exitDx=0;exitDy=0;" target="5m5IZYSdE89hOnIhnB_D-95">
          <mxGeometry relative="1" as="geometry" />
        </mxCell>
        <mxCell id="5m5IZYSdE89hOnIhnB_D-112" connectable="0" parent="5m5IZYSdE89hOnIhnB_D-111" style="edgeLabel;html=1;align=center;verticalAlign=middle;resizable=0;points=[];" value="wrist" vertex="1">
          <mxGeometry relative="1" x="-0.4996" y="-1" as="geometry">
            <mxPoint as="offset" />
          </mxGeometry>
        </mxCell>
        <mxCell id="5m5IZYSdE89hOnIhnB_D-107" parent="1" style="rounded=1;whiteSpace=wrap;html=1;" value="数值域增强&lt;br&gt;[-1,1]-&amp;gt;[0,1]" vertex="1">
          <mxGeometry height="30" width="70" x="-1030" y="420" as="geometry" />
        </mxCell>
        <mxCell id="5m5IZYSdE89hOnIhnB_D-118" edge="1" parent="1" source="5m5IZYSdE89hOnIhnB_D-113" style="edgeStyle=orthogonalEdgeStyle;curved=1;rounded=0;orthogonalLoop=1;jettySize=auto;html=1;exitX=1;exitY=0.5;exitDx=0;exitDy=0;entryX=0;entryY=0.5;entryDx=0;entryDy=0;" target="5m5IZYSdE89hOnIhnB_D-114">
          <mxGeometry relative="1" as="geometry" />
        </mxCell>
        <mxCell id="5m5IZYSdE89hOnIhnB_D-113" parent="1" style="rounded=1;whiteSpace=wrap;html=1;" value="数值域增强&lt;br&gt;[-1,1]-&amp;gt;[0,1]" vertex="1">
          <mxGeometry height="30" width="70" x="-1100" y="594.5" as="geometry" />
        </mxCell>
        <mxCell id="5m5IZYSdE89hOnIhnB_D-119" edge="1" parent="1" source="5m5IZYSdE89hOnIhnB_D-114" style="edgeStyle=orthogonalEdgeStyle;curved=1;rounded=0;orthogonalLoop=1;jettySize=auto;html=1;exitX=1;exitY=0.5;exitDx=0;exitDy=0;entryX=0;entryY=0.5;entryDx=0;entryDy=0;" target="5m5IZYSdE89hOnIhnB_D-115">
          <mxGeometry relative="1" as="geometry" />
        </mxCell>
        <mxCell id="5m5IZYSdE89hOnIhnB_D-114" parent="1" style="rounded=1;whiteSpace=wrap;html=1;" value="RandomCrop&lt;br&gt;(95%)" vertex="1">
          <mxGeometry height="30" width="70" x="-1000" y="594.5" as="geometry" />
        </mxCell>
        <mxCell id="5m5IZYSdE89hOnIhnB_D-120" edge="1" parent="1" source="5m5IZYSdE89hOnIhnB_D-115" style="edgeStyle=orthogonalEdgeStyle;curved=1;rounded=0;orthogonalLoop=1;jettySize=auto;html=1;exitX=1;exitY=0.5;exitDx=0;exitDy=0;entryX=0;entryY=0.5;entryDx=0;entryDy=0;" target="5m5IZYSdE89hOnIhnB_D-116">
          <mxGeometry relative="1" as="geometry" />
        </mxCell>
        <mxCell id="5m5IZYSdE89hOnIhnB_D-115" parent="1" style="rounded=1;whiteSpace=wrap;html=1;" value="Resize" vertex="1">
          <mxGeometry height="30" width="40" x="-900" y="594.5" as="geometry" />
        </mxCell>
        <mxCell id="5m5IZYSdE89hOnIhnB_D-121" edge="1" parent="1" source="5m5IZYSdE89hOnIhnB_D-116" style="edgeStyle=orthogonalEdgeStyle;curved=1;rounded=0;orthogonalLoop=1;jettySize=auto;html=1;exitX=1;exitY=0.5;exitDx=0;exitDy=0;entryX=0;entryY=0.5;entryDx=0;entryDy=0;" target="5m5IZYSdE89hOnIhnB_D-117">
          <mxGeometry relative="1" as="geometry" />
        </mxCell>
        <mxCell id="5m5IZYSdE89hOnIhnB_D-116" parent="1" style="rounded=1;whiteSpace=wrap;html=1;" value="Rotate(+-5)" vertex="1">
          <mxGeometry height="30" width="70" x="-840" y="594.5" as="geometry" />
        </mxCell>
        <mxCell id="5m5IZYSdE89hOnIhnB_D-117" parent="1" style="rounded=1;whiteSpace=wrap;html=1;" value="ColorJitter" vertex="1">
          <mxGeometry height="30" width="70" x="-750" y="594.5" as="geometry" />
        </mxCell>
        <mxCell id="5m5IZYSdE89hOnIhnB_D-123" edge="1" parent="1" source="5m5IZYSdE89hOnIhnB_D-122" style="edgeStyle=orthogonalEdgeStyle;curved=1;rounded=0;orthogonalLoop=1;jettySize=auto;html=1;exitX=1;exitY=0.5;exitDx=0;exitDy=0;entryX=0;entryY=0.5;entryDx=0;entryDy=0;" target="5m5IZYSdE89hOnIhnB_D-113">
          <mxGeometry relative="1" as="geometry" />
        </mxCell>
        <mxCell id="5m5IZYSdE89hOnIhnB_D-122" parent="1" style="rounded=1;whiteSpace=wrap;html=1;" value="Base&amp;amp;Wrist Camera" vertex="1">
          <mxGeometry height="30" width="100" x="-1250" y="594.5" as="geometry" />
        </mxCell>
        <mxCell id="5m5IZYSdE89hOnIhnB_D-124" parent="1" style="text;html=1;whiteSpace=wrap;strokeColor=none;fillColor=none;align=center;verticalAlign=middle;rounded=0;fontSize=6;" value="已经默认&lt;br&gt;尺寸匹配" vertex="1">
          <mxGeometry height="30" width="60" x="-1160" y="584.5" as="geometry" />
        </mxCell>
        <mxCell id="5m5IZYSdE89hOnIhnB_D-125" parent="1" style="text;html=1;whiteSpace=wrap;strokeColor=none;fillColor=none;align=center;verticalAlign=middle;rounded=0;" value="Wrist和Base相机使用不同的RNG(随机因子)" vertex="1">
          <mxGeometry height="20" width="265" x="-1245" y="560" as="geometry" />
+         </mxCell>
+         <mxCell id="5m5IZYSdE89hOnIhnB_D-127" parent="1" style="rounded=1;whiteSpace=wrap;html=1;fillColor=none;" value="" vertex="1">
+           <mxGeometry height="160" width="690" x="-1270" y="505" as="geometry" />
+         </mxCell>
+         <mxCell id="5m5IZYSdE89hOnIhnB_D-130" parent="1" style="text;html=1;whiteSpace=wrap;strokeColor=none;fillColor=none;align=center;verticalAlign=middle;rounded=0;fontStyle=1;fontSize=16;" value="图像数据增强处理" vertex="1">
+           <mxGeometry height="30" width="170" x="-1279.5" y="295" as="geometry" />
        </mxCell>
      </root>
    </mxGraphModel>
  </diagram>
</mxfile>
